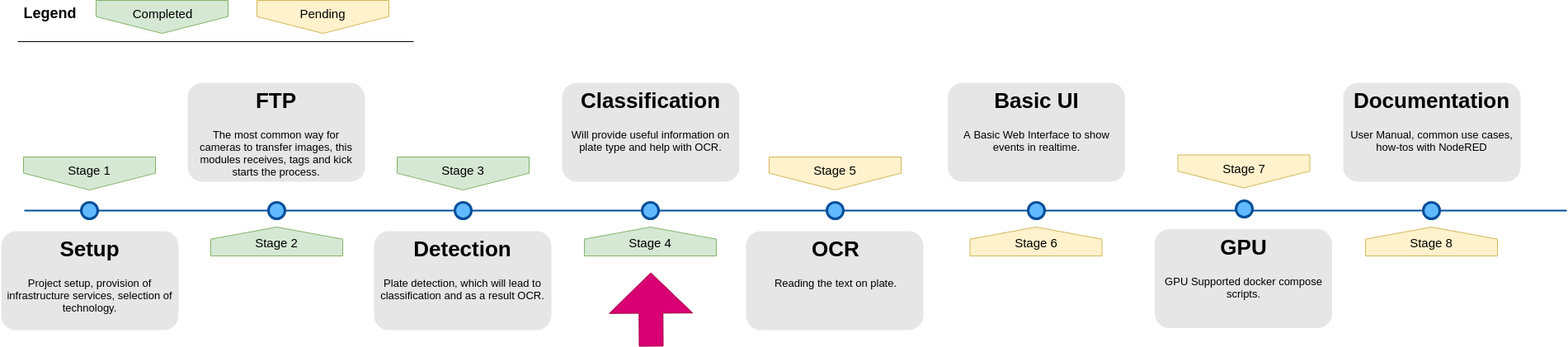
Before: docs/Milestones.png, a diagram exported from draw.io (faisalthaheem/open-lpr). Source tidied: cells renumbered, new cells last; positions are measured from the earlier drawing's top-left corner, leaving out a move shared by most shapes.
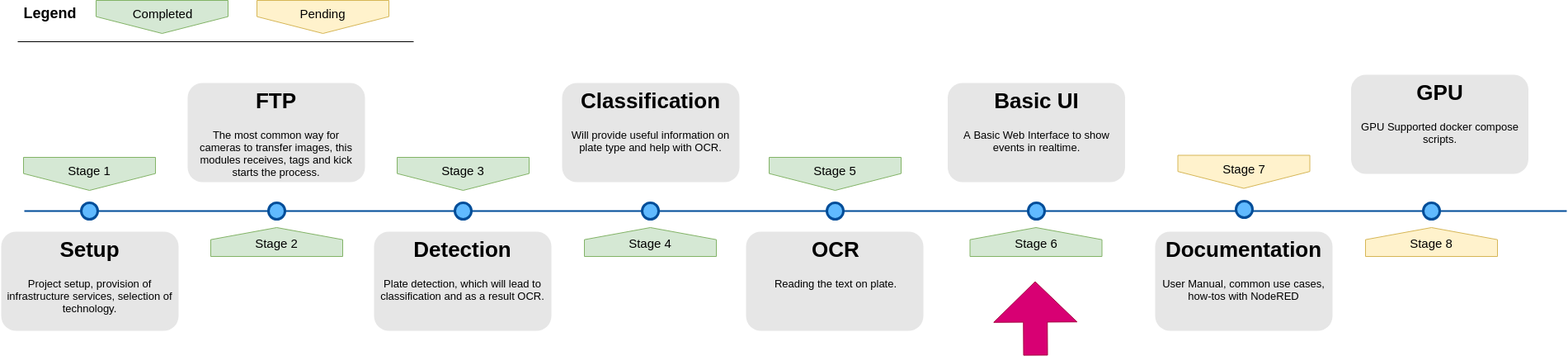
After the change.

Diff of the diagram source:
```diff
@@ -41,7 +41,7 @@
     <mxCell id="14" value="&lt;h1&gt;Classification&lt;/h1&gt;&lt;p&gt;Will provide useful information on plate type and help with OCR.&lt;/p&gt;" style="text;html=1;spacing=5;spacingTop=-20;whiteSpace=wrap;overflow=hidden;strokeColor=none;strokeWidth=3;fillColor=#E6E6E6;fontSize=13;fontColor=#000000;align=center;rounded=1;" parent="1" vertex="1">
       <mxGeometry x="680" y="100" width="215" height="120" as="geometry" />
     </mxCell>
-    <mxCell id="15" value="&lt;span&gt;Stage 5&lt;/span&gt;" style="shape=offPageConnector;whiteSpace=wrap;html=1;fillColor=#fff2cc;fontSize=15;size=0.5093750000000015;verticalAlign=top;strokeColor=#d6b656;" parent="1" vertex="1">
+    <mxCell id="15" value="&lt;span&gt;Stage 5&lt;/span&gt;" style="shape=offPageConnector;whiteSpace=wrap;html=1;fillColor=#d5e8d4;fontSize=15;size=0.5093750000000015;verticalAlign=top;strokeColor=#82b366;" parent="1" vertex="1">
       <mxGeometry x="931" y="190" width="160" height="40" as="geometry" />
     </mxCell>
     <mxCell id="16" style="ellipse;whiteSpace=wrap;html=1;fillColor=#61BAFF;fontSize=28;fontColor=#004D99;strokeWidth=3;strokeColor=#004D99;" parent="1" vertex="1">
@@ -50,7 +50,7 @@
     <mxCell id="17" value="&lt;h1&gt;OCR&lt;/h1&gt;&lt;p&gt;Reading the text on plate.&lt;/p&gt;" style="text;html=1;spacing=5;spacingTop=-20;whiteSpace=wrap;overflow=hidden;strokeColor=none;strokeWidth=3;fillColor=#E6E6E6;fontSize=13;fontColor=#000000;align=center;rounded=1;" parent="1" vertex="1">
       <mxGeometry x="903" y="280" width="215" height="120" as="geometry" />
     </mxCell>
-    <mxCell id="18" value="&lt;span&gt;Stage 6&lt;/span&gt;" style="shape=offPageConnector;whiteSpace=wrap;html=1;fillColor=#fff2cc;fontSize=15;size=0.4178571428571445;flipV=1;verticalAlign=bottom;strokeColor=#d6b656;spacingBottom=4;" parent="1" vertex="1">
+    <mxCell id="18" value="&lt;span&gt;Stage 6&lt;/span&gt;" style="shape=offPageConnector;whiteSpace=wrap;html=1;fillColor=#d5e8d4;fontSize=15;size=0.4178571428571445;flipV=1;verticalAlign=bottom;strokeColor=#82b366;spacingBottom=4;" parent="1" vertex="1">
       <mxGeometry x="1174.5" y="275" width="160" height="35" as="geometry" />
     </mxCell>
     <mxCell id="19" style="ellipse;whiteSpace=wrap;html=1;fillColor=#61BAFF;fontSize=28;fontColor=#004D99;strokeWidth=3;strokeColor=#004D99;" parent="1" vertex="1">
@@ -66,7 +66,7 @@
       <mxGeometry x="1496.5" y="242.5" width="20" height="20" as="geometry" />
     </mxCell>
     <mxCell id="23" value="&lt;h1&gt;GPU&lt;/h1&gt;&lt;p&gt;GPU Supported docker compose scripts.&lt;/p&gt;" style="text;html=1;spacing=5;spacingTop=-20;whiteSpace=wrap;overflow=hidden;strokeColor=none;strokeWidth=3;fillColor=#E6E6E6;fontSize=13;fontColor=#000000;align=center;rounded=1;" parent="1" vertex="1">
-      <mxGeometry x="1398.5" y="277.5" width="215" height="120" as="geometry" />
+      <mxGeometry x="1636.5" y="90" width="215" height="120" as="geometry" />
     </mxCell>
     <mxCell id="24" value="&lt;span&gt;Stage 8&lt;/span&gt;" style="shape=offPageConnector;whiteSpace=wrap;html=1;fillColor=#fff2cc;fontSize=15;size=0.4178571428571445;flipV=1;verticalAlign=bottom;strokeColor=#d6b656;spacingBottom=4;" parent="1" vertex="1">
       <mxGeometry x="1654" y="275" width="160" height="35" as="geometry" />
@@ -75,7 +75,7 @@
       <mxGeometry x="1724" y="245" width="20" height="20" as="geometry" />
     </mxCell>
     <mxCell id="26" value="&lt;h1&gt;Documentation&lt;/h1&gt;&lt;p&gt;User Manual, common use cases, how-tos with NodeRED&lt;/p&gt;" style="text;html=1;spacing=5;spacingTop=-20;whiteSpace=wrap;overflow=hidden;strokeColor=none;strokeWidth=3;fillColor=#E6E6E6;fontSize=13;fontColor=#000000;align=center;rounded=1;" parent="1" vertex="1">
-      <mxGeometry x="1627" y="100" width="215" height="120" as="geometry" />
+      <mxGeometry x="1399" y="280" width="215" height="120" as="geometry" />
     </mxCell>
     <mxCell id="27" value="Completed" style="shape=offPageConnector;whiteSpace=wrap;html=1;fillColor=#d5e8d4;fontSize=15;size=0.5093750000000015;verticalAlign=top;strokeColor=#82b366;" parent="1" vertex="1">
       <mxGeometry x="115" width="160" height="40" as="geometry" />
@@ -94,8 +94,8 @@
     </mxCell>
     <mxCell id="31" style="shape=flexArrow;endArrow=classic;html=1;fillColor=#d80073;strokeColor=#A50040;endWidth=71;endSize=16;width=29;" parent="1" edge="1">
       <mxGeometry relative="1" as="geometry">
-        <mxPoint x="788" y="420" as="sourcePoint" />
-        <mxPoint x="787.5" y="330" as="targetPoint" />
+        <mxPoint x="1254" y="430" as="sourcePoint" />
+        <mxPoint x="1253.5" y="340" as="targetPoint" />
       </mxGeometry>
     </mxCell>
   </root>
```
